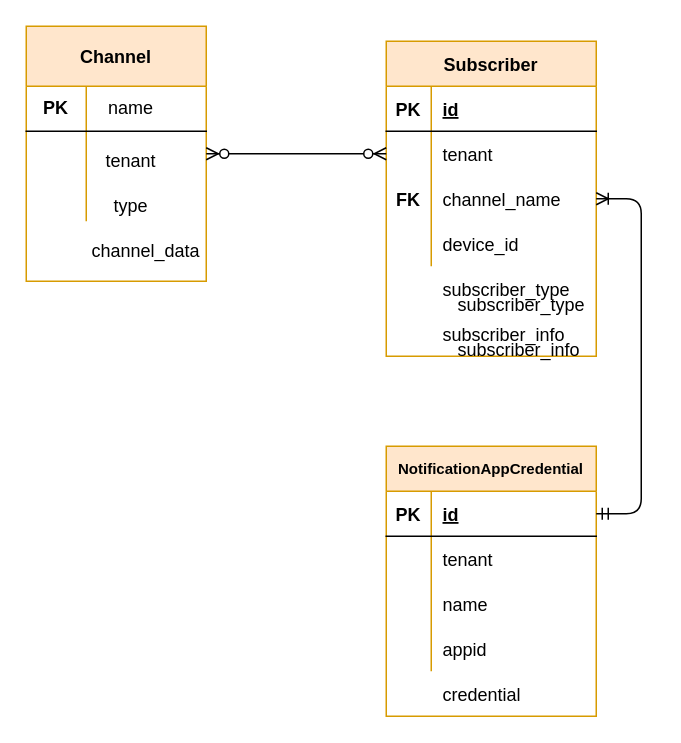
Before: page "resourceManagement" (9 of 10) of HP/horizon_eventing.drawio in zhangwm1987/mydraw_io, a draw.io diagram. Source tidied: cells renumbered, new cells numbered last; positions are measured from the earlier drawing's top-left corner, leaving out a move shared by most shapes. Both pictures are drawn from the tidied source at 150%, with x=0, y=0 at pixel (26, 26).
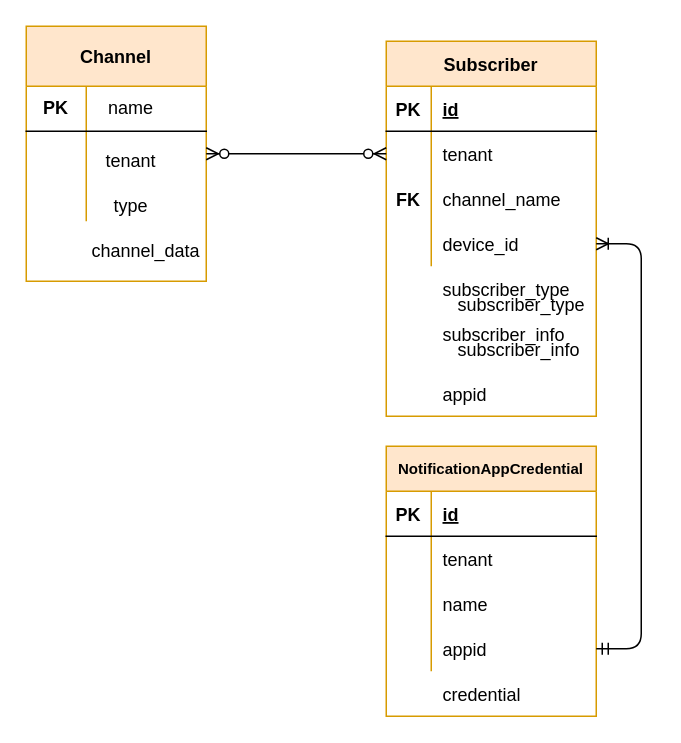
The same diagram, later.

The change refers to these unchanged cells:
```xml
<mxCell id="19" style="shape=partialRectangle;fillColor=none;top=0;left=0;bottom=0;right=0;points=[[0,0.5],[1,0.5]];portConstraint=eastwest;" parent="12" vertex="1">
  <mxGeometry y="90" width="140" height="30" as="geometry" />
</mxCell>
<mxCell id="22" style="shape=partialRectangle;fillColor=none;top=0;left=0;bottom=0;right=0;points=[[0,0.5],[1,0.5]];portConstraint=eastwest;" parent="12" vertex="1">
  <mxGeometry y="120" width="140" height="30" as="geometry" />
</mxCell>
<mxCell id="34" value="NotificationAppCredential" style="shape=table;startSize=30;childLayout=tableLayout;rowLines=0;fontStyle=1;align=center;fontSize=10;fillColor=#ffe6cc;strokeColor=#d79b00;" parent="1" vertex="1">
  <mxGeometry x="240" y="280" width="140" height="180" as="geometry" />
</mxCell>
<mxCell id="44" style="shape=partialRectangle;fillColor=none;top=0;left=0;bottom=0;right=0;points=[[0,0.5],[1,0.5]];portConstraint=eastwest;" parent="34" vertex="1">
  <mxGeometry y="120" width="140" height="30" as="geometry" />
</mxCell>
```

Diff of the diagram source:
```diff
@@
     <mxCell id="12" value="Subscriber" style="shape=table;startSize=30;childLayout=tableLayout;rowLines=0;fontStyle=1;align=center;fillColor=#ffe6cc;strokeColor=#d79b00;" parent="1" vertex="1">
-      <mxGeometry x="240" y="10" width="140" height="210" as="geometry" />
+      <mxGeometry x="240" y="10" width="140" height="250" as="geometry" />
     </mxCell>
@@
-    <mxCell id="50" style="edgeStyle=entityRelationEdgeStyle;fontSize=12;html=1;endArrow=ERoneToMany;startArrow=ERmandOne;exitX=1;exitY=0.25;exitDx=0;exitDy=0;entryX=1;entryY=0.5;entryDx=0;entryDy=0;" parent="1" edge="1" source="34" target="19">
+    <mxCell id="50" style="edgeStyle=entityRelationEdgeStyle;fontSize=12;html=1;endArrow=ERoneToMany;startArrow=ERmandOne;exitX=1;exitY=0.5;exitDx=0;exitDy=0;entryX=1;entryY=0.5;entryDx=0;entryDy=0;" parent="1" edge="1" source="44" target="22">
       <mxGeometry relative="1" as="geometry" />
     </mxCell>
+    <mxCell id="51" value="appid" style="shape=partialRectangle;fillColor=none;top=0;left=0;bottom=0;right=0;align=left;spacingLeft=6;overflow=hidden;" parent="1" vertex="1">
+      <mxGeometry x="270" y="230" width="100" height="30" as="geometry" />
+    </mxCell>
```
